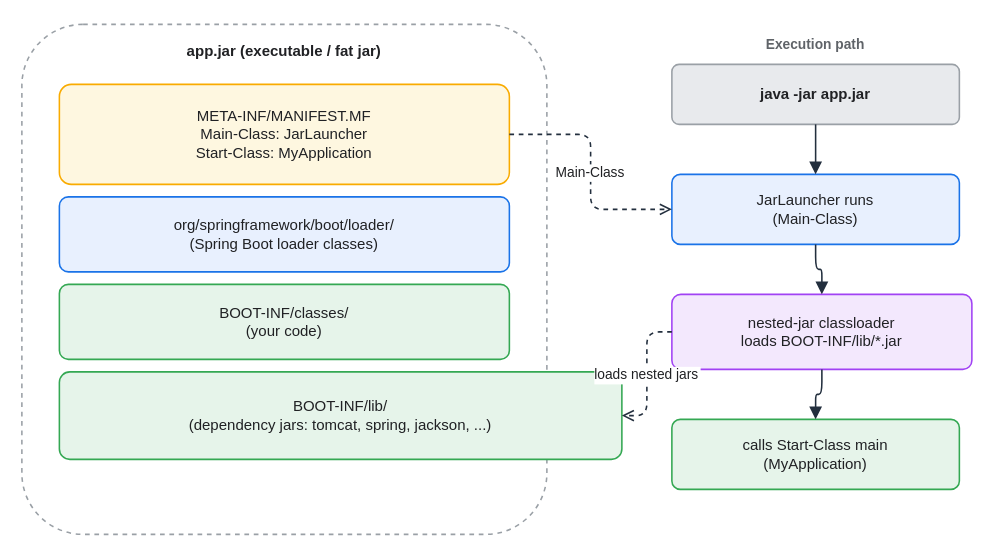
Above: assets/img/spring/spring-08-fatjar-layout.drawio in KKamJi98/kkamji98.github.io (draw.io), before the change. Source tidied: cells renumbered, new cells numbered last; positions are measured from the earlier drawing's top-left corner, leaving out a move shared by most shapes. Both pictures are drawn from the tidied source at 125%, with x=0, y=0 at pixel (21, 21).
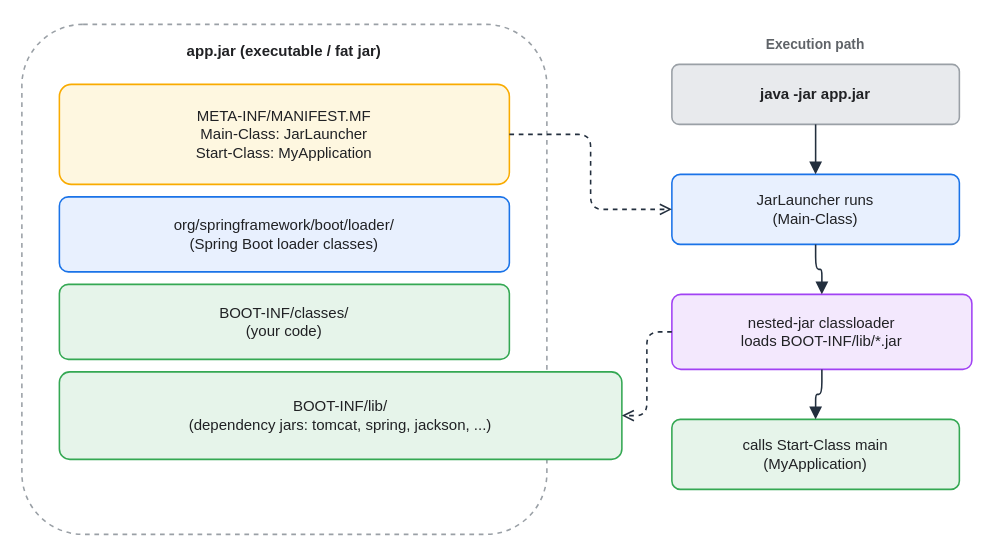
The same diagram, later.

Diff of the diagram source:
```diff
@@
 <mxGraphModel background="#FFFFFF">
   <root>
     <mxCell id="0" />
     <mxCell id="1" parent="0" />
     <mxCell id="2" value="app.jar (executable / fat jar)" style="rounded=1;whiteSpace=wrap;html=0;arcSize=12;shadow=0;fillColor=#FFFFFF;strokeColor=#9AA0A6;fontColor=#202124;fontStyle=1;verticalAlign=top;align=center;dashed=1;spacingTop=8;strokeWidth=1.25;" parent="1" vertex="1">
       <mxGeometry y="2" width="420" height="408" as="geometry" />
     </mxCell>
     <mxCell id="3" value="META-INF/MANIFEST.MF&#10;Main-Class: JarLauncher&#10;Start-Class: MyApplication" style="rounded=1;whiteSpace=wrap;html=0;arcSize=12;shadow=0;fillColor=#FEF7E0;strokeColor=#F9AB00;fontColor=#202124;strokeWidth=1.25;" parent="1" vertex="1">
       <mxGeometry x="30" y="50" width="360" height="80" as="geometry" />
     </mxCell>
     <mxCell id="4" value="org/springframework/boot/loader/&#10;(Spring Boot loader classes)" style="rounded=1;whiteSpace=wrap;html=0;arcSize=12;shadow=0;fillColor=#E8F0FE;strokeColor=#1A73E8;fontColor=#202124;strokeWidth=1.25;" parent="1" vertex="1">
       <mxGeometry x="30" y="140" width="360" height="60" as="geometry" />
     </mxCell>
     <mxCell id="5" value="BOOT-INF/classes/&#10;(your code)" style="rounded=1;whiteSpace=wrap;html=0;arcSize=12;shadow=0;fillColor=#E6F4EA;strokeColor=#34A853;fontColor=#202124;strokeWidth=1.25;" parent="1" vertex="1">
       <mxGeometry x="30" y="210" width="360" height="60" as="geometry" />
     </mxCell>
     <mxCell id="6" value="BOOT-INF/lib/&#10;(dependency jars: tomcat, spring, jackson, ...)" style="rounded=1;whiteSpace=wrap;html=0;arcSize=12;shadow=0;fillColor=#E6F4EA;strokeColor=#34A853;fontColor=#202124;strokeWidth=1.25;" parent="1" vertex="1">
       <mxGeometry x="30" y="280" width="450" height="70" as="geometry" />
     </mxCell>
     <mxCell id="7" value="Execution path" style="text;html=0;align=center;verticalAlign=middle;fontSize=11;fontStyle=1;fontColor=#5F6368;" parent="1" vertex="1">
       <mxGeometry x="520" width="230" height="35" as="geometry" />
     </mxCell>
     <mxCell id="8" value="java -jar app.jar" style="rounded=1;whiteSpace=wrap;html=0;arcSize=12;shadow=0;fillColor=#E8EAED;strokeColor=#9AA0A6;fontColor=#202124;fontStyle=1;strokeWidth=1.25;" parent="1" vertex="1">
       <mxGeometry x="520" y="34" width="230" height="48" as="geometry" />
     </mxCell>
     <mxCell id="9" value="JarLauncher runs&#10;(Main-Class)" style="rounded=1;whiteSpace=wrap;html=0;arcSize=12;shadow=0;fillColor=#E8F0FE;strokeColor=#1A73E8;fontColor=#202124;strokeWidth=1.25;" parent="1" vertex="1">
       <mxGeometry x="520" y="122" width="230" height="56" as="geometry" />
     </mxCell>
     <mxCell id="10" value="nested-jar classloader&#10;loads BOOT-INF/lib/*.jar" style="rounded=1;whiteSpace=wrap;html=0;arcSize=12;shadow=0;fillColor=#F3E8FD;strokeColor=#A142F4;fontColor=#202124;strokeWidth=1.25;" parent="1" vertex="1">
       <mxGeometry x="520" y="218" width="240" height="60" as="geometry" />
     </mxCell>
     <mxCell id="11" value="calls Start-Class main&#10;(MyApplication)" style="rounded=1;whiteSpace=wrap;html=0;arcSize=12;shadow=0;fillColor=#E6F4EA;strokeColor=#34A853;fontColor=#202124;strokeWidth=1.25;" parent="1" vertex="1">
       <mxGeometry x="520" y="318" width="230" height="56" as="geometry" />
     </mxCell>
     <mxCell id="12" style="edgeStyle=orthogonalEdgeStyle;rounded=1;html=0;strokeColor=#232F3E;fontColor=#202124;labelBackgroundColor=none;endArrow=block;exitX=0.5;exitY=1;exitDx=0;exitDy=0;entryX=0.5;entryY=0;entryDx=0;entryDy=0;strokeWidth=1.25;endSize=7;" parent="1" edge="1" source="8" target="9">
       <mxGeometry relative="1" as="geometry" />
     </mxCell>
     <mxCell id="13" style="edgeStyle=orthogonalEdgeStyle;rounded=1;html=0;strokeColor=#232F3E;fontColor=#202124;labelBackgroundColor=none;endArrow=block;exitX=0.5;exitY=1;exitDx=0;exitDy=0;entryX=0.5;entryY=0;entryDx=0;entryDy=0;strokeWidth=1.25;endSize=7;" parent="1" edge="1" source="9" target="10">
       <mxGeometry relative="1" as="geometry" />
     </mxCell>
     <mxCell id="14" style="edgeStyle=orthogonalEdgeStyle;rounded=1;html=0;strokeColor=#232F3E;fontColor=#202124;labelBackgroundColor=none;endArrow=block;exitX=0.5;exitY=1;exitDx=0;exitDy=0;entryX=0.5;entryY=0;entryDx=0;entryDy=0;strokeWidth=1.25;endSize=7;" parent="1" edge="1" source="10" target="11">
       <mxGeometry relative="1" as="geometry" />
     </mxCell>
-    <mxCell id="15" value="Main-Class" style="edgeStyle=orthogonalEdgeStyle;rounded=1;html=0;dashed=1;fontColor=#202124;strokeColor=#232F3E;labelBackgroundColor=#FFFFFF;endArrow=open;endSize=7;exitX=1;exitY=0.5;exitDx=0;exitDy=0;entryX=0;entryY=0.5;entryDx=0;entryDy=0;strokeWidth=1.25;" parent="1" edge="1" source="3" target="9">
+    <mxCell id="15" style="edgeStyle=orthogonalEdgeStyle;rounded=1;html=0;dashed=1;fontColor=#202124;strokeColor=#232F3E;labelBackgroundColor=none;endArrow=open;endSize=7;exitX=1;exitY=0.5;exitDx=0;exitDy=0;entryX=0;entryY=0.5;entryDx=0;entryDy=0;strokeWidth=1.25;" parent="1" edge="1" source="3" target="9">
       <mxGeometry relative="1" as="geometry" />
     </mxCell>
-    <mxCell id="16" value="loads nested jars" style="edgeStyle=orthogonalEdgeStyle;rounded=1;html=0;dashed=1;fontColor=#202124;strokeColor=#232F3E;labelBackgroundColor=#FFFFFF;endArrow=open;endSize=7;exitX=0;exitY=0.5;exitDx=0;exitDy=0;entryX=1;entryY=0.5;entryDx=0;entryDy=0;strokeWidth=1.25;" parent="1" edge="1" source="10" target="6">
+    <mxCell id="16" style="edgeStyle=orthogonalEdgeStyle;rounded=1;html=0;dashed=1;fontColor=#202124;strokeColor=#232F3E;labelBackgroundColor=none;endArrow=open;endSize=7;exitX=0;exitY=0.5;exitDx=0;exitDy=0;entryX=1;entryY=0.5;entryDx=0;entryDy=0;strokeWidth=1.25;" parent="1" edge="1" source="10" target="6">
       <mxGeometry relative="1" as="geometry" />
     </mxCell>
   </root>
 </mxGraphModel>
```
